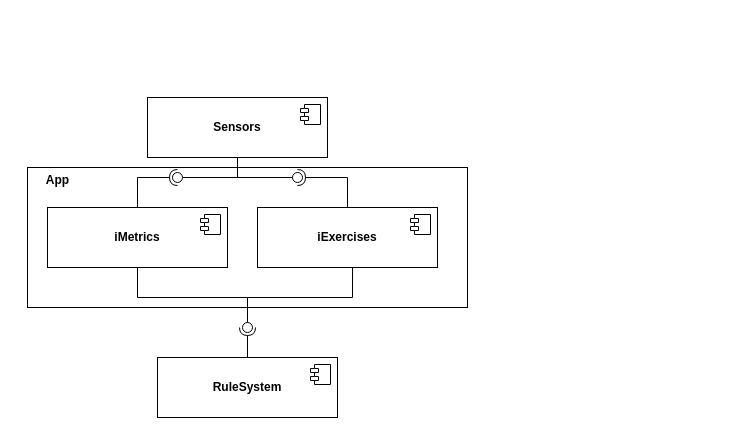
This is Diagrama sin título.drawio from dgolzm/E1-2024-2, a draw.io file, before an edit. Source tidied: cells renumbered, new cells numbered last; positions are measured from the earlier drawing's top-left corner, leaving out a move shared by most shapes. Both pictures are drawn from the tidied source at 100%, with x=0, y=0 at pixel (17, 97).
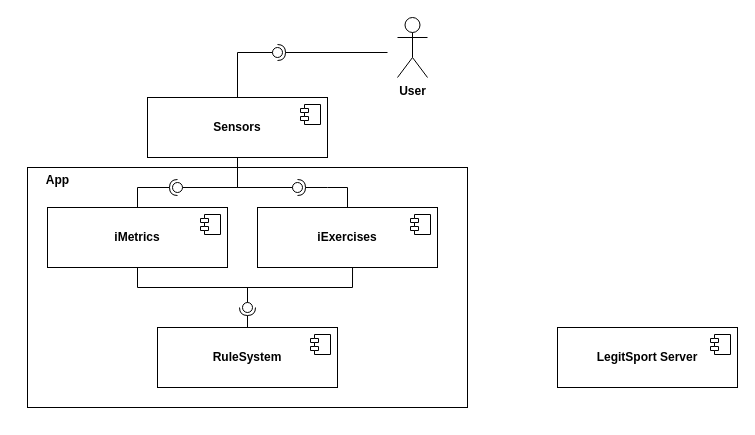
Above is the later version.

Unchanged cells that the change refers to:
```xml
<mxCell id="3" value="&lt;b&gt;Sensors&lt;/b&gt;" style="html=1;whiteSpace=wrap;" parent="1" vertex="1">
  <mxGeometry x="130" width="180" height="60" as="geometry" />
</mxCell>
<mxCell id="9" value="&lt;b&gt;iMetrics&lt;/b&gt;" style="html=1;whiteSpace=wrap;" parent="1" vertex="1">
  <mxGeometry x="30" y="110" width="180" height="60" as="geometry" />
</mxCell>
<mxCell id="12" value="&lt;b&gt;iExercises&lt;/b&gt;" style="html=1;whiteSpace=wrap;" parent="1" vertex="1">
  <mxGeometry x="240" y="110" width="180" height="60" as="geometry" />
</mxCell>
```

Change to the diagram source:
```diff
@@
-    <mxCell id="2" style="html=1;whiteSpace=wrap;" parent="1" vertex="1">
-      <mxGeometry x="10" y="70" width="440" height="140" as="geometry" />
-    </mxCell>
+    <mxCell id="24" style="html=1;whiteSpace=wrap;" parent="1" vertex="1">
+      <mxGeometry x="10" y="70" width="440" height="240" as="geometry" />
+    </mxCell>
@@
     <mxCell id="5" style="rounded=0;jettySize=auto;html=1;endArrow=halfCircle;endFill=0;endSize=6;strokeWidth=1;sketch=0;exitX=0.5;exitY=0;exitDx=0;exitDy=0;" parent="1" edge="1" source="9">
       <mxGeometry relative="1" as="geometry">
-        <mxPoint x="160" y="80" as="targetPoint" />
+        <mxPoint x="160" y="90" as="targetPoint" />
         <Array as="points">
-          <mxPoint x="120" y="80" />
+          <mxPoint x="120" y="90" />
         </Array>
       </mxGeometry>
     </mxCell>
@@
-    <mxCell id="7" style="rounded=0;orthogonalLoop=1;jettySize=auto;html=1;endArrow=oval;endFill=0;sketch=0;sourcePerimeterSpacing=0;targetPerimeterSpacing=0;endSize=10;" parent="1" edge="1">
+    <mxCell id="7" style="rounded=0;jettySize=auto;html=1;endArrow=oval;endFill=0;sketch=0;sourcePerimeterSpacing=0;targetPerimeterSpacing=0;endSize=10;exitX=0.5;exitY=1;exitDx=0;exitDy=0;" parent="1" edge="1" source="3">
       <mxGeometry relative="1" as="geometry">
-        <mxPoint x="230" y="80" as="sourcePoint" />
-        <mxPoint x="160" y="80" as="targetPoint" />
+        <mxPoint x="160" y="90" as="targetPoint" />
+        <Array as="points">
+          <mxPoint x="220" y="90" />
+        </Array>
       </mxGeometry>
     </mxCell>
@@
     <mxCell id="14" style="endArrow=none;html=1;rounded=0;entryX=0.5;entryY=1;entryDx=0;entryDy=0;" parent="1" edge="1" target="3">
       <mxGeometry relative="1" as="geometry">
-        <mxPoint x="220" y="80" as="sourcePoint" />
+        <mxPoint x="220" y="90" as="sourcePoint" />
       </mxGeometry>
     </mxCell>
     <mxCell id="15" style="rounded=0;orthogonalLoop=1;jettySize=auto;html=1;endArrow=oval;endFill=0;sketch=0;sourcePerimeterSpacing=0;targetPerimeterSpacing=0;endSize=10;" parent="1" edge="1">
       <mxGeometry relative="1" as="geometry">
-        <mxPoint x="220" y="80" as="sourcePoint" />
-        <mxPoint x="280" y="80" as="targetPoint" />
+        <mxPoint x="220" y="90" as="sourcePoint" />
+        <mxPoint x="280" y="90" as="targetPoint" />
       </mxGeometry>
     </mxCell>
@@
     <mxCell id="17" value="&lt;b&gt;RuleSystem&lt;/b&gt;" style="html=1;whiteSpace=wrap;" parent="1" vertex="1">
-      <mxGeometry x="140" y="260" width="180" height="60" as="geometry" />
+      <mxGeometry x="140" y="230" width="180" height="60" as="geometry" />
     </mxCell>
@@
     <mxCell id="19" style="rounded=0;orthogonalLoop=1;jettySize=auto;html=1;endArrow=oval;endFill=0;sketch=0;sourcePerimeterSpacing=0;targetPerimeterSpacing=0;endSize=10;" parent="1" edge="1">
       <mxGeometry relative="1" as="geometry">
-        <mxPoint x="230" y="200" as="sourcePoint" />
-        <mxPoint x="230" y="230" as="targetPoint" />
+        <mxPoint x="230" y="190" as="sourcePoint" />
+        <mxPoint x="230" y="210" as="targetPoint" />
       </mxGeometry>
     </mxCell>
     <mxCell id="20" style="rounded=0;jettySize=auto;html=1;endArrow=halfCircle;endFill=0;endSize=6;strokeWidth=1;sketch=0;exitX=0.5;exitY=0;exitDx=0;exitDy=0;" parent="1" edge="1" source="17">
       <mxGeometry relative="1" as="geometry">
-        <mxPoint x="230" y="230" as="targetPoint" />
+        <mxPoint x="230" y="210" as="targetPoint" />
       </mxGeometry>
     </mxCell>
     <mxCell id="21" style="endArrow=none;html=1;rounded=0;entryX=0.528;entryY=0.998;entryDx=0;entryDy=0;entryPerimeter=0;exitX=0.5;exitY=1;exitDx=0;exitDy=0;" parent="1" edge="1" source="9" target="12">
       <mxGeometry relative="1" as="geometry">
         <Array as="points">
-          <mxPoint x="120" y="200" />
-          <mxPoint x="230" y="200" />
-          <mxPoint x="335" y="200" />
+          <mxPoint x="120" y="190" />
+          <mxPoint x="335" y="190" />
         </Array>
       </mxGeometry>
     </mxCell>
@@
     <mxCell id="23" style="rounded=0;jettySize=auto;html=1;endArrow=halfCircle;endFill=0;endSize=6;strokeWidth=1;sketch=0;" parent="1" edge="1" source="12">
       <mxGeometry relative="1" as="geometry">
-        <mxPoint x="280" y="80" as="targetPoint" />
+        <mxPoint x="280" y="90" as="targetPoint" />
         <Array as="points">
-          <mxPoint x="330" y="80" />
+          <mxPoint x="330" y="90" />
+          <mxPoint x="310" y="90" />
         </Array>
       </mxGeometry>
     </mxCell>
+    <mxCell id="25" value="&lt;b&gt;LegitSport Server&lt;/b&gt;" style="html=1;whiteSpace=wrap;" parent="1" vertex="1">
+      <mxGeometry x="540" y="230" width="180" height="60" as="geometry" />
+    </mxCell>
+    <mxCell id="26" style="shape=module;jettyWidth=8;jettyHeight=4;" parent="25" vertex="1">
+      <mxGeometry x="1" width="20" height="20" relative="1" as="geometry">
+        <mxPoint x="-27" y="7" as="offset" />
+      </mxGeometry>
+    </mxCell>
+    <mxCell id="27" value="&lt;b&gt;User&lt;/b&gt;" style="shape=umlActor;verticalLabelPosition=bottom;verticalAlign=top;html=1;" parent="1" vertex="1">
+      <mxGeometry x="380" y="-80" width="30" height="60" as="geometry" />
+    </mxCell>
+    <mxCell id="28" style="rounded=0;jettySize=auto;html=1;endArrow=halfCircle;endFill=0;endSize=6;strokeWidth=1;sketch=0;" parent="1" edge="1" target="30">
+      <mxGeometry relative="1" as="geometry">
+        <mxPoint x="370" y="-45" as="sourcePoint" />
+      </mxGeometry>
+    </mxCell>
+    <mxCell id="29" style="rounded=0;jettySize=auto;html=1;endArrow=oval;endFill=0;sketch=0;sourcePerimeterSpacing=0;targetPerimeterSpacing=0;endSize=10;exitX=0.5;exitY=0;exitDx=0;exitDy=0;" parent="1" edge="1" source="3" target="30">
+      <mxGeometry relative="1" as="geometry">
+        <Array as="points">
+          <mxPoint x="220" y="-45" />
+        </Array>
+      </mxGeometry>
+    </mxCell>
+    <mxCell id="30" style="ellipse;whiteSpace=wrap;html=1;align=center;fillColor=none;strokeColor=none;perimeter=centerPerimeter;points=[];outlineConnect=1;" parent="1" vertex="1">
+      <mxGeometry x="255" y="-50" width="10" height="10" as="geometry" />
+    </mxCell>
```
